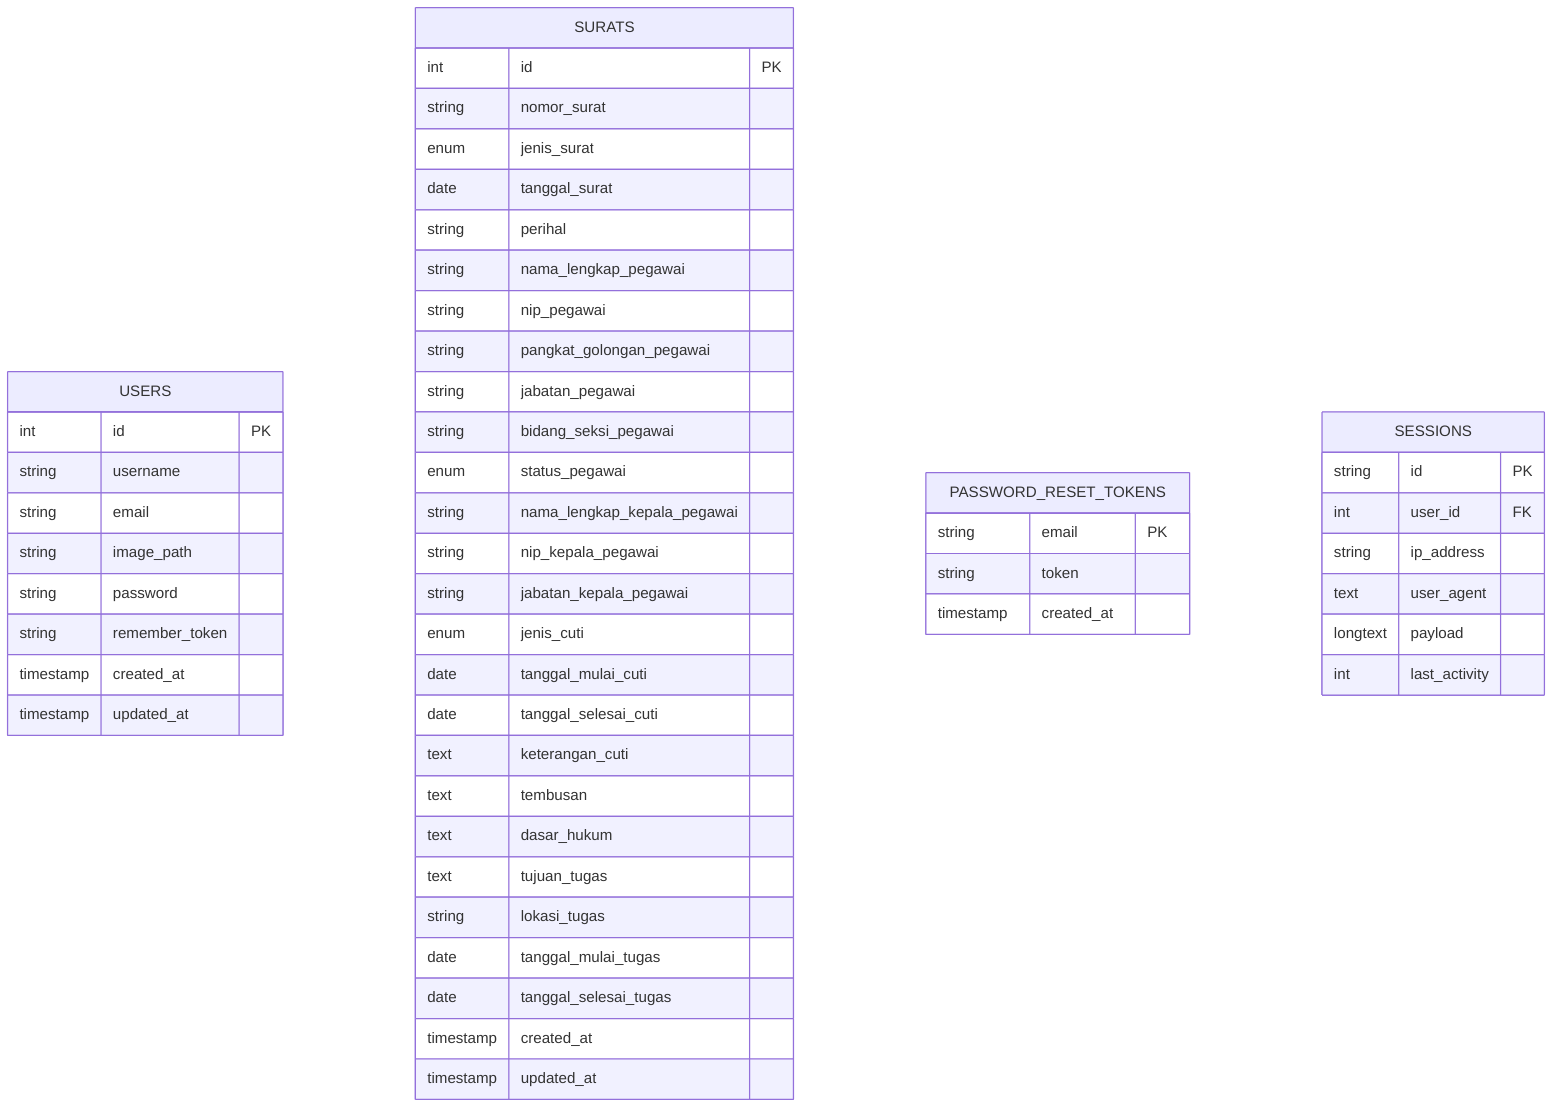
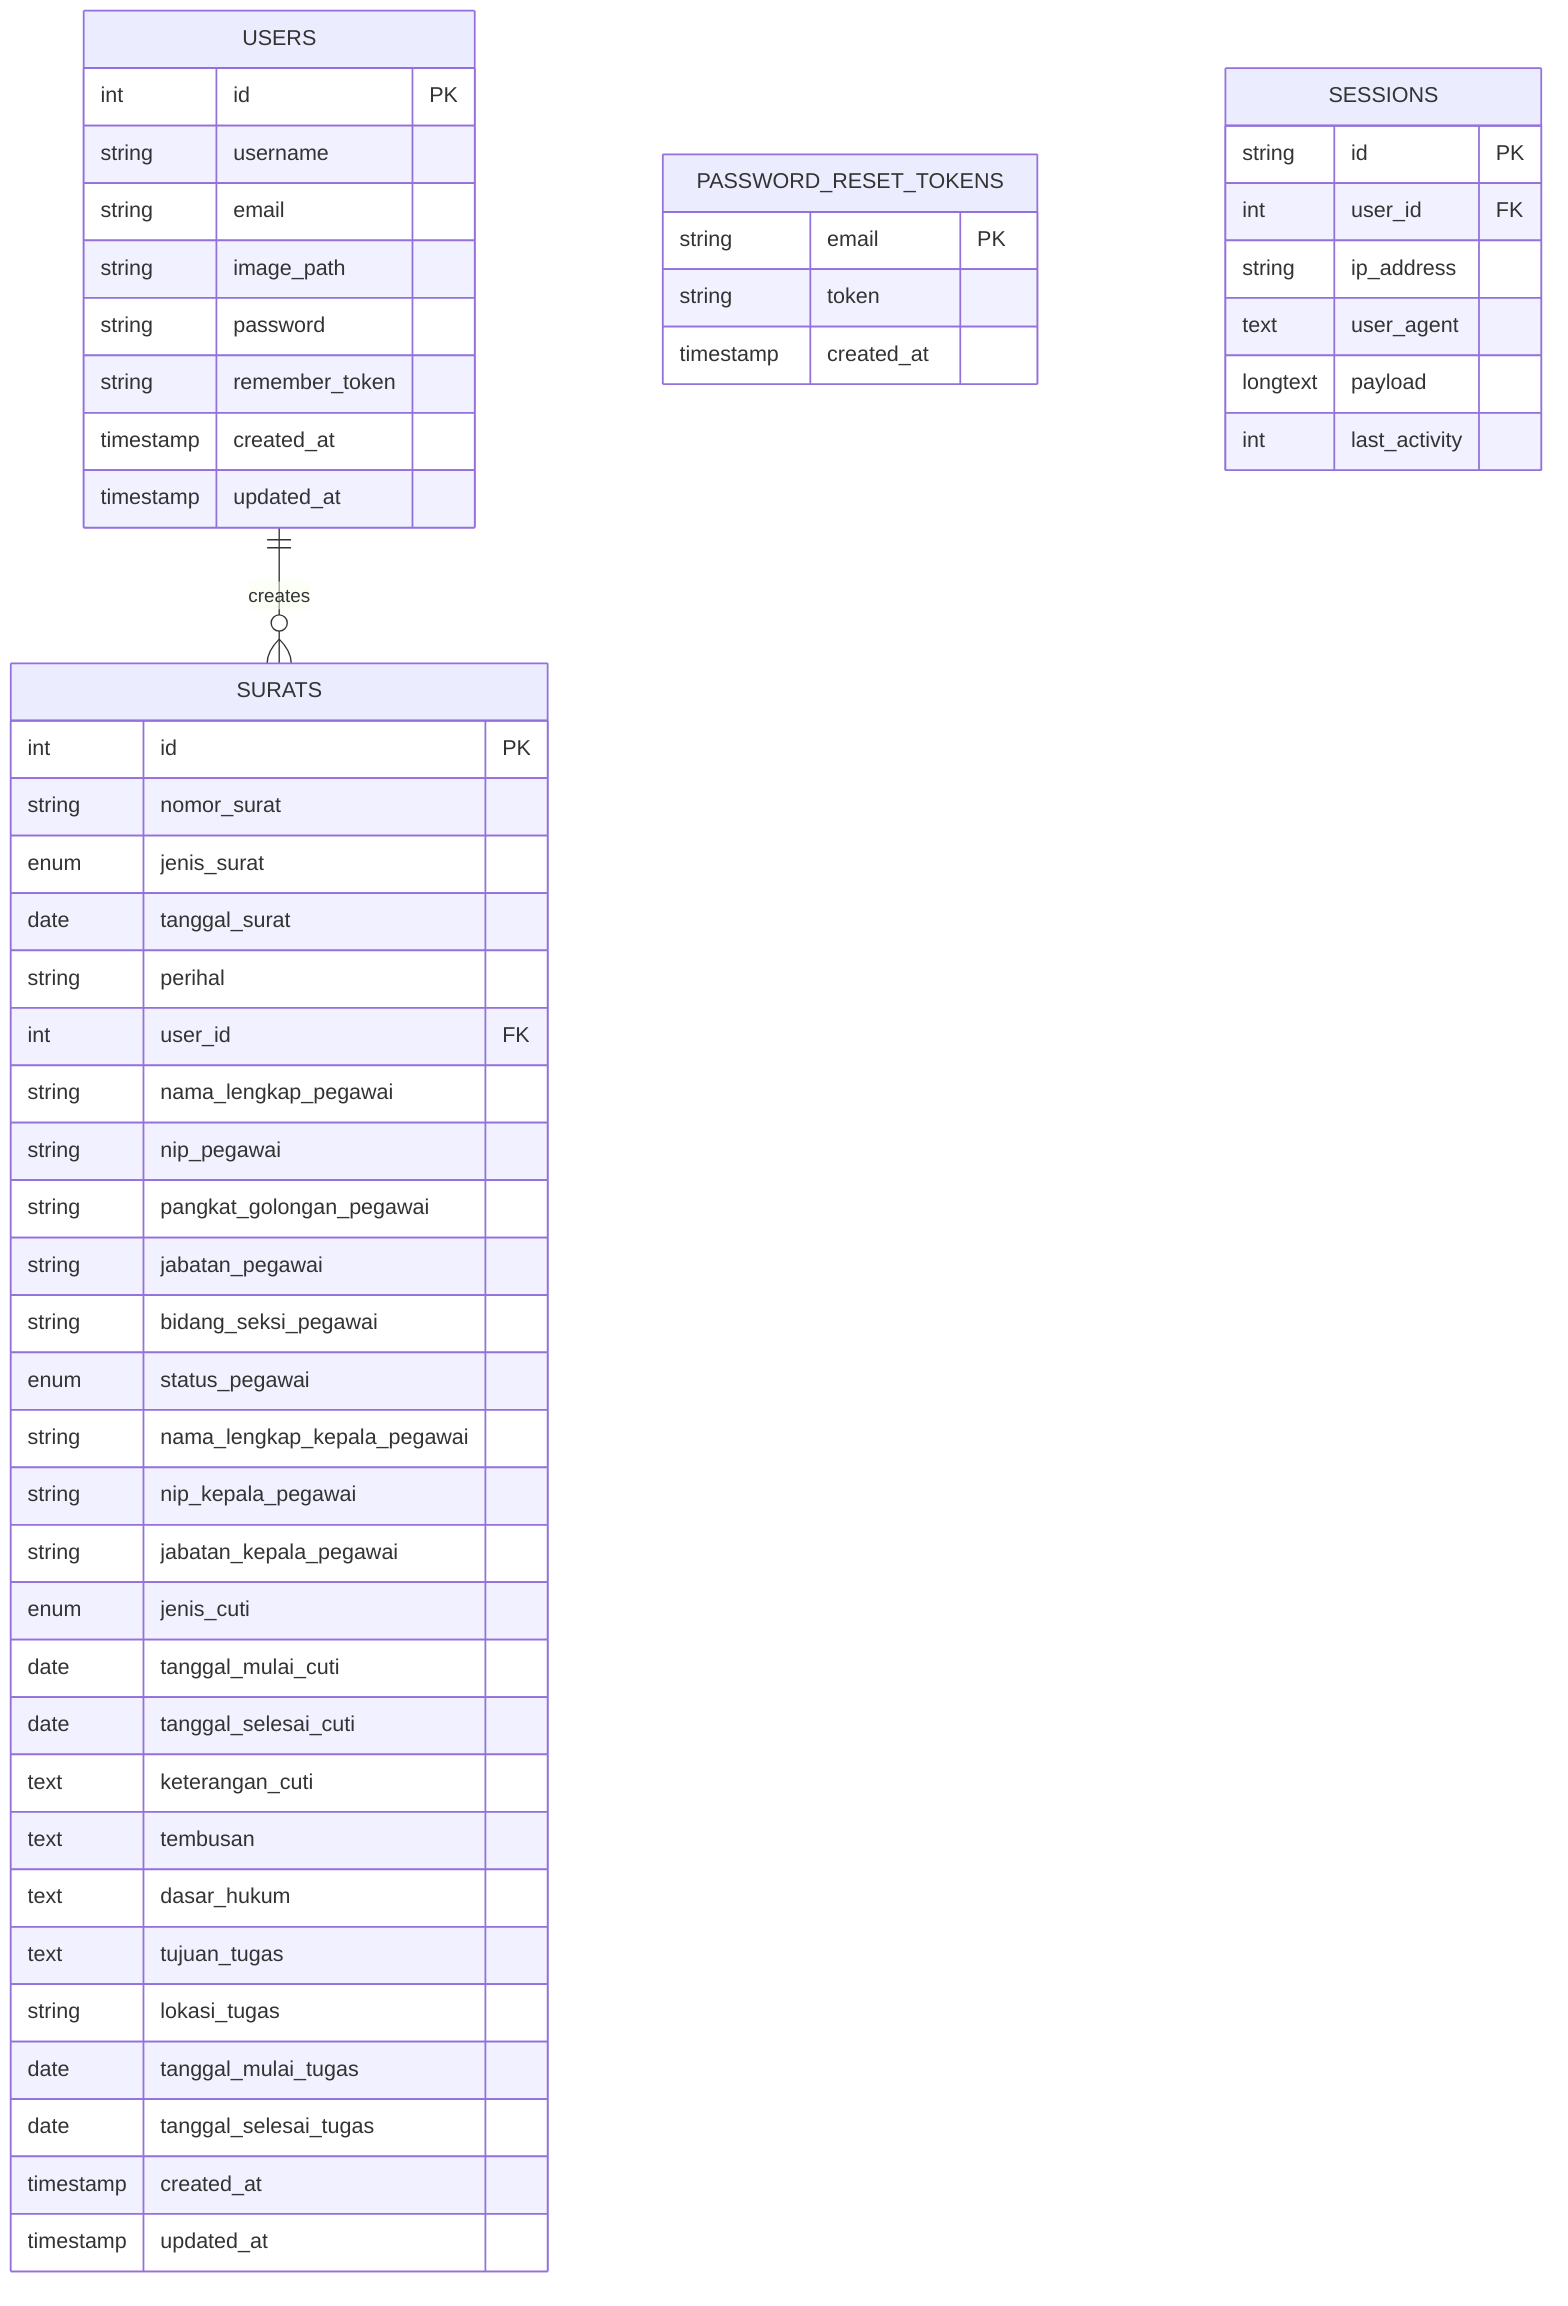
erDiagram
    USERS {
        int id PK
        string username
        string email
        string image_path
        string password
        string remember_token
        timestamp created_at
        timestamp updated_at
    }
    SURATS {
        int id PK
        string nomor_surat
        enum jenis_surat
        date tanggal_surat
        string perihal
+         int user_id FK
        string nama_lengkap_pegawai
        string nip_pegawai
        string pangkat_golongan_pegawai
        string jabatan_pegawai
        string bidang_seksi_pegawai
        enum status_pegawai
        string nama_lengkap_kepala_pegawai
        string nip_kepala_pegawai
        string jabatan_kepala_pegawai
        enum jenis_cuti
        date tanggal_mulai_cuti
        date tanggal_selesai_cuti
        text keterangan_cuti
        text tembusan
        text dasar_hukum
        text tujuan_tugas
        string lokasi_tugas
        date tanggal_mulai_tugas
        date tanggal_selesai_tugas
        timestamp created_at
        timestamp updated_at
    }
    PASSWORD_RESET_TOKENS {
        string email PK
        string token
        timestamp created_at
    }
    SESSIONS {
        string id PK
        int user_id FK
        string ip_address
        text user_agent
        longtext payload
        int last_activity
    }
+     USERS ||--o{ SURATS : "creates"
